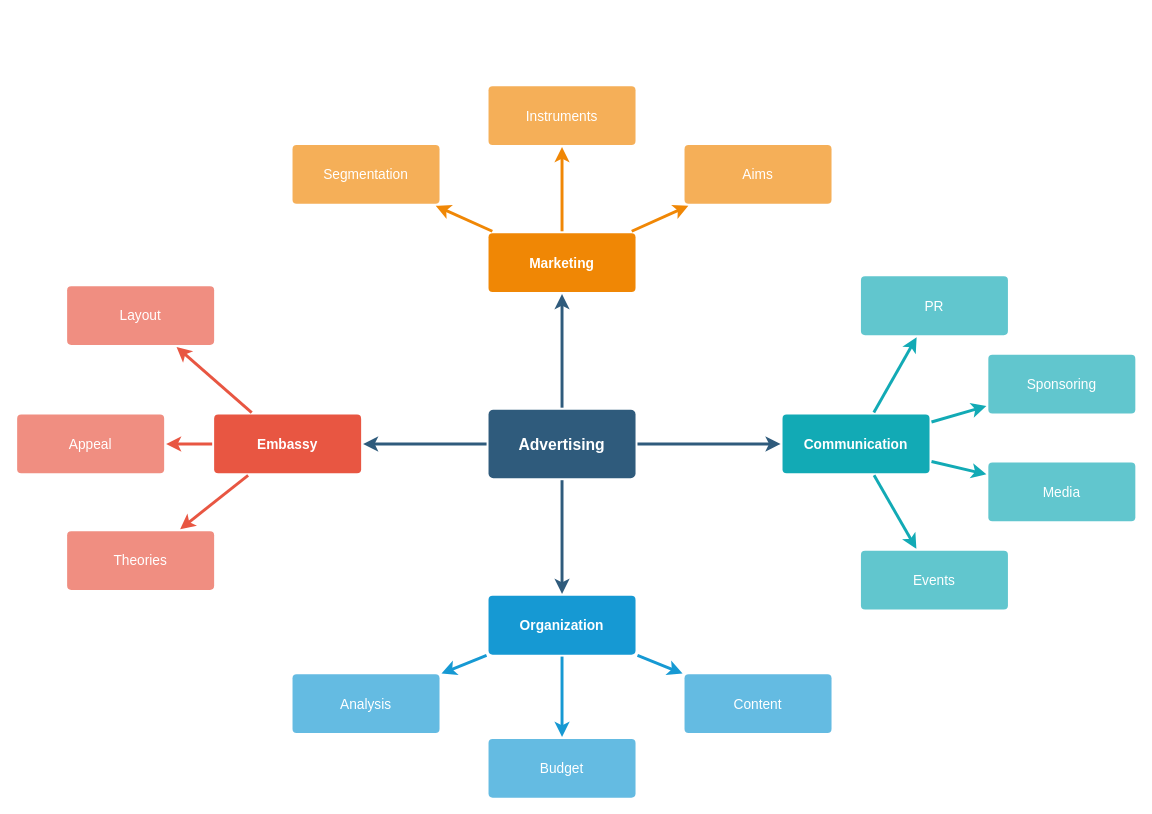
This is 设计模式/00-设计模式汇总（记忆）.drawio from Fuku-L/draw-io-repo, a draw.io file, before an edit. Source tidied: cells renumbered, new cells numbered last; positions are measured from the earlier drawing's top-left corner, leaving out a move shared by most shapes. Both pictures are drawn from the tidied source at 98%, with x=0, y=0 at pixel (17, 85).
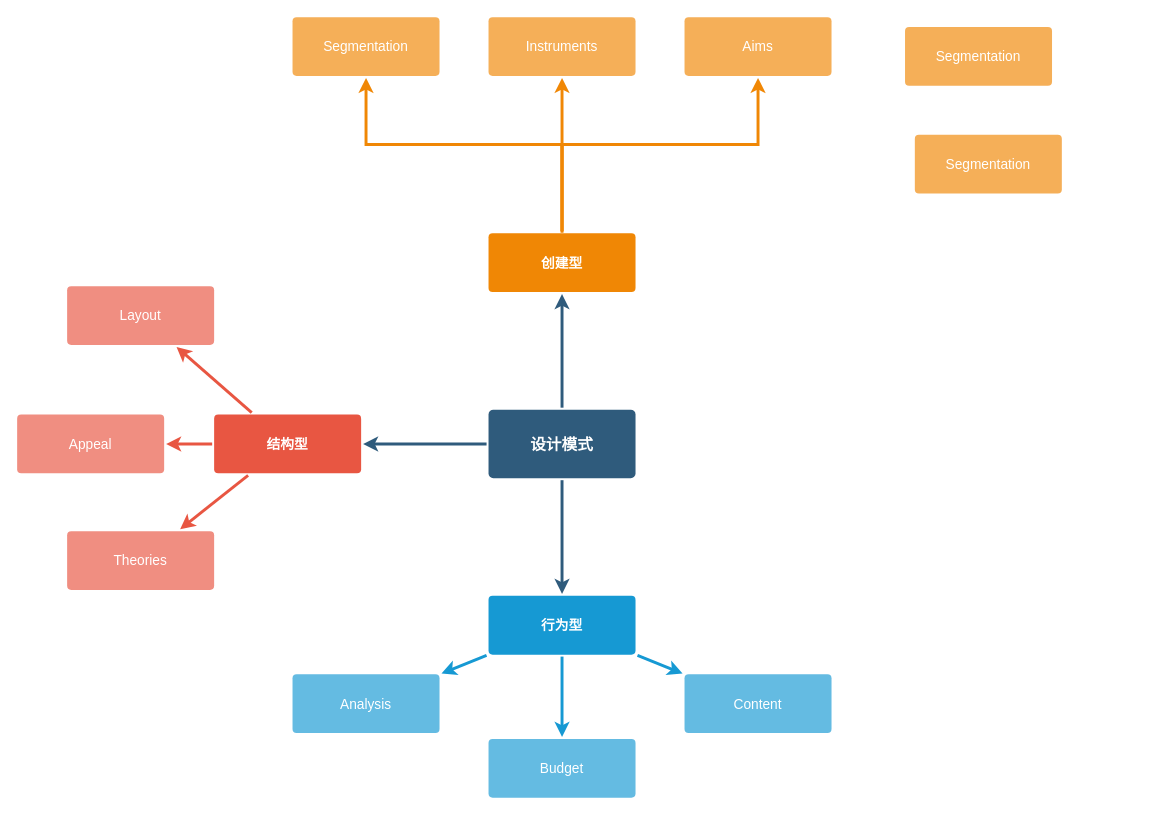
The same page after the edit.

Commit message:
更新00-设计模式汇总（记忆）.drawio

What changed in the source:
```diff
@@
-    <mxCell id="3" style="edgeStyle=none;rounded=0;jumpStyle=none;html=1;shadow=0;labelBackgroundColor=none;startArrow=none;startFill=0;endArrow=classic;endFill=1;jettySize=auto;strokeColor=#2F5B7C;strokeWidth=3;fontFamily=Helvetica;fontSize=16;fontColor=#23445D;spacing=5;" parent="1" edge="1" source="6" target="28">
-      <mxGeometry relative="1" as="geometry" />
-    </mxCell>
@@
-    <mxCell id="6" value="Advertising" style="rounded=1;whiteSpace=wrap;html=1;shadow=0;labelBackgroundColor=none;strokeColor=none;strokeWidth=3;fillColor=#2F5B7C;fontFamily=Helvetica;fontSize=16;fontColor=#FFFFFF;align=center;fontStyle=1;spacing=5;arcSize=7;perimeterSpacing=2;" parent="1" vertex="1">
+    <mxCell id="6" value="设计模式" style="rounded=1;whiteSpace=wrap;html=1;shadow=0;labelBackgroundColor=none;strokeColor=none;strokeWidth=3;fillColor=#2F5B7C;fontFamily=Helvetica;fontSize=16;fontColor=#FFFFFF;align=center;fontStyle=1;spacing=5;arcSize=7;perimeterSpacing=2;" parent="1" vertex="1">
       <mxGeometry x="481" y="330.5" width="150" height="70" as="geometry" />
     </mxCell>
@@
-    <mxCell id="10" value="Embassy" style="rounded=1;whiteSpace=wrap;html=1;shadow=0;labelBackgroundColor=none;strokeColor=none;strokeWidth=3;fillColor=#e85642;fontFamily=Helvetica;fontSize=14;fontColor=#FFFFFF;align=center;spacing=5;fontStyle=1;arcSize=7;perimeterSpacing=2;" parent="1" vertex="1">
+    <mxCell id="10" value="结构型" style="rounded=1;whiteSpace=wrap;html=1;shadow=0;labelBackgroundColor=none;strokeColor=none;strokeWidth=3;fillColor=#e85642;fontFamily=Helvetica;fontSize=14;fontColor=#FFFFFF;align=center;spacing=5;fontStyle=1;arcSize=7;perimeterSpacing=2;" parent="1" vertex="1">
       <mxGeometry x="201" y="335.5" width="150" height="60" as="geometry" />
     </mxCell>
@@
-    <mxCell id="17" value="Organization" style="rounded=1;whiteSpace=wrap;html=1;shadow=0;labelBackgroundColor=none;strokeColor=none;strokeWidth=3;fillColor=#1699d3;fontFamily=Helvetica;fontSize=14;fontColor=#FFFFFF;align=center;spacing=5;fontStyle=1;arcSize=7;perimeterSpacing=2;" parent="1" vertex="1">
+    <mxCell id="17" value="行为型" style="rounded=1;whiteSpace=wrap;html=1;shadow=0;labelBackgroundColor=none;strokeColor=none;strokeWidth=3;fillColor=#1699d3;fontFamily=Helvetica;fontSize=14;fontColor=#FFFFFF;align=center;spacing=5;fontStyle=1;arcSize=7;perimeterSpacing=2;" parent="1" vertex="1">
       <mxGeometry x="481" y="520.5" width="150" height="60" as="geometry" />
     </mxCell>
@@
-    <mxCell id="21" value="Marketing" style="rounded=1;whiteSpace=wrap;html=1;shadow=0;labelBackgroundColor=none;strokeColor=none;strokeWidth=3;fillColor=#F08705;fontFamily=Helvetica;fontSize=14;fontColor=#FFFFFF;align=center;spacing=5;fontStyle=1;arcSize=7;perimeterSpacing=2;" parent="1" vertex="1">
+    <mxCell id="21" value="创建型" style="rounded=1;whiteSpace=wrap;html=1;shadow=0;labelBackgroundColor=none;strokeColor=none;strokeWidth=3;fillColor=#F08705;fontFamily=Helvetica;fontSize=14;fontColor=#FFFFFF;align=center;spacing=5;fontStyle=1;arcSize=7;perimeterSpacing=2;" parent="1" vertex="1">
       <mxGeometry x="481" y="150.5" width="150" height="60" as="geometry" />
     </mxCell>
     <mxCell id="22" value="Aims&lt;br&gt;" style="rounded=1;whiteSpace=wrap;html=1;shadow=0;labelBackgroundColor=none;strokeColor=none;strokeWidth=3;fillColor=#f5af58;fontFamily=Helvetica;fontSize=14;fontColor=#FFFFFF;align=center;spacing=5;arcSize=7;perimeterSpacing=2;" parent="1" vertex="1">
-      <mxGeometry x="681" y="60.5" width="150" height="60" as="geometry" />
+      <mxGeometry x="681" y="-70" width="150" height="60" as="geometry" />
     </mxCell>
-    <mxCell id="23" style="edgeStyle=none;rounded=0;jumpStyle=none;html=1;shadow=0;labelBackgroundColor=none;startArrow=none;startFill=0;endArrow=classic;endFill=1;jettySize=auto;strokeColor=#F08705;strokeWidth=3;fontFamily=Helvetica;fontSize=14;fontColor=#FFFFFF;spacing=5;" parent="1" edge="1" source="21" target="22">
-      <mxGeometry relative="1" as="geometry" />
-    </mxCell>
     <mxCell id="24" value="Instruments" style="rounded=1;whiteSpace=wrap;html=1;shadow=0;labelBackgroundColor=none;strokeColor=none;strokeWidth=3;fillColor=#f5af58;fontFamily=Helvetica;fontSize=14;fontColor=#FFFFFF;align=center;spacing=5;arcSize=7;perimeterSpacing=2;" parent="1" vertex="1">
-      <mxGeometry x="481" y="0.5" width="150" height="60" as="geometry" />
+      <mxGeometry x="481" y="-70" width="150" height="60" as="geometry" />
     </mxCell>
@@
     <mxCell id="26" value="Segmentation" style="rounded=1;whiteSpace=wrap;html=1;shadow=0;labelBackgroundColor=none;strokeColor=none;strokeWidth=3;fillColor=#f5af58;fontFamily=Helvetica;fontSize=14;fontColor=#FFFFFF;align=center;spacing=5;arcSize=7;perimeterSpacing=2;" parent="1" vertex="1">
-      <mxGeometry x="281" y="60.5" width="150" height="60" as="geometry" />
+      <mxGeometry x="281" y="-70" width="150" height="60" as="geometry" />
     </mxCell>
-    <mxCell id="27" style="edgeStyle=none;rounded=0;jumpStyle=none;html=1;shadow=0;labelBackgroundColor=none;startArrow=none;startFill=0;endArrow=classic;endFill=1;jettySize=auto;strokeColor=#F08705;strokeWidth=3;fontFamily=Helvetica;fontSize=14;fontColor=#FFFFFF;spacing=5;" parent="1" edge="1" source="21" target="26">
-      <mxGeometry relative="1" as="geometry" />
-    </mxCell>
-    <mxCell id="28" value="Communication" style="rounded=1;whiteSpace=wrap;html=1;shadow=0;labelBackgroundColor=none;strokeColor=none;strokeWidth=3;fillColor=#12aab5;fontFamily=Helvetica;fontSize=14;fontColor=#FFFFFF;align=center;spacing=5;fontStyle=1;arcSize=7;perimeterSpacing=2;" parent="1" vertex="1">
-      <mxGeometry x="781" y="335.5" width="150" height="60" as="geometry" />
-    </mxCell>
-    <mxCell id="29" value="Events" style="rounded=1;whiteSpace=wrap;html=1;shadow=0;labelBackgroundColor=none;strokeColor=none;strokeWidth=3;fillColor=#61c6ce;fontFamily=Helvetica;fontSize=14;fontColor=#FFFFFF;align=center;spacing=5;fontStyle=0;arcSize=7;perimeterSpacing=2;" parent="1" vertex="1">
-      <mxGeometry x="861" y="474.5" width="150" height="60" as="geometry" />
-    </mxCell>
-    <mxCell id="30" style="edgeStyle=none;rounded=1;jumpStyle=none;html=1;shadow=0;labelBackgroundColor=none;startArrow=none;startFill=0;jettySize=auto;strokeColor=#12AAB5;strokeWidth=3;fontFamily=Helvetica;fontSize=14;fontColor=#FFFFFF;spacing=5;fontStyle=1;fillColor=#b0e3e6;" parent="1" edge="1" source="28" target="29">
-      <mxGeometry relative="1" as="geometry" />
-    </mxCell>
-    <mxCell id="31" value="Media" style="rounded=1;whiteSpace=wrap;html=1;shadow=0;labelBackgroundColor=none;strokeColor=none;strokeWidth=3;fillColor=#61c6ce;fontFamily=Helvetica;fontSize=14;fontColor=#FFFFFF;align=center;spacing=5;fontStyle=0;arcSize=7;perimeterSpacing=2;" parent="1" vertex="1">
-      <mxGeometry x="991" y="384.5" width="150" height="60" as="geometry" />
-    </mxCell>
-    <mxCell id="32" style="edgeStyle=none;rounded=1;jumpStyle=none;html=1;shadow=0;labelBackgroundColor=none;startArrow=none;startFill=0;jettySize=auto;strokeColor=#12AAB5;strokeWidth=3;fontFamily=Helvetica;fontSize=14;fontColor=#FFFFFF;spacing=5;fontStyle=1;fillColor=#b0e3e6;" parent="1" edge="1" source="28" target="31">
-      <mxGeometry relative="1" as="geometry" />
-    </mxCell>
-    <mxCell id="33" value="Sponsoring" style="rounded=1;whiteSpace=wrap;html=1;shadow=0;labelBackgroundColor=none;strokeColor=none;strokeWidth=3;fillColor=#61c6ce;fontFamily=Helvetica;fontSize=14;fontColor=#FFFFFF;align=center;spacing=5;fontStyle=0;arcSize=7;perimeterSpacing=2;" parent="1" vertex="1">
-      <mxGeometry x="991" y="274.5" width="150" height="60" as="geometry" />
-    </mxCell>
-    <mxCell id="34" style="edgeStyle=none;rounded=1;jumpStyle=none;html=1;shadow=0;labelBackgroundColor=none;startArrow=none;startFill=0;jettySize=auto;strokeColor=#12AAB5;strokeWidth=3;fontFamily=Helvetica;fontSize=14;fontColor=#FFFFFF;spacing=5;fontStyle=1;fillColor=#b0e3e6;" parent="1" edge="1" source="28" target="33">
-      <mxGeometry relative="1" as="geometry" />
-    </mxCell>
-    <mxCell id="35" value="PR" style="rounded=1;whiteSpace=wrap;html=1;shadow=0;labelBackgroundColor=none;strokeColor=none;strokeWidth=3;fillColor=#61c6ce;fontFamily=Helvetica;fontSize=14;fontColor=#FFFFFF;align=center;spacing=5;fontStyle=0;arcSize=7;perimeterSpacing=2;" parent="1" vertex="1">
-      <mxGeometry x="861" y="194.5" width="150" height="60" as="geometry" />
-    </mxCell>
-    <mxCell id="36" style="edgeStyle=none;rounded=1;jumpStyle=none;html=1;shadow=0;labelBackgroundColor=none;startArrow=none;startFill=0;jettySize=auto;strokeColor=#12AAB5;strokeWidth=3;fontFamily=Helvetica;fontSize=14;fontColor=#FFFFFF;spacing=5;fontStyle=1;fillColor=#b0e3e6;" parent="1" edge="1" source="28" target="35">
-      <mxGeometry relative="1" as="geometry" />
-    </mxCell>
+    <mxCell id="23" style="edgeStyle=orthogonalEdgeStyle;rounded=0;jumpStyle=none;html=1;shadow=0;labelBackgroundColor=none;startArrow=none;startFill=0;endArrow=classic;endFill=1;jettySize=auto;strokeColor=#F08705;strokeWidth=3;fontFamily=Helvetica;fontSize=14;fontColor=#FFFFFF;spacing=5;entryX=0.5;entryY=1;entryDx=0;entryDy=0;exitX=0.5;exitY=0;exitDx=0;exitDy=0;" parent="1" edge="1" source="21" target="22">
+      <mxGeometry relative="1" as="geometry">
+        <Array as="points">
+          <mxPoint x="556" y="60" />
+          <mxPoint x="756" y="60" />
+        </Array>
+      </mxGeometry>
+    </mxCell>
+    <mxCell id="37" value="Segmentation" style="rounded=1;whiteSpace=wrap;html=1;shadow=0;labelBackgroundColor=none;strokeColor=none;strokeWidth=3;fillColor=#f5af58;fontFamily=Helvetica;fontSize=14;fontColor=#FFFFFF;align=center;spacing=5;arcSize=7;perimeterSpacing=2;" parent="1" vertex="1">
+      <mxGeometry x="916" y="50" width="150" height="60" as="geometry" />
+    </mxCell>
+    <mxCell id="38" value="Segmentation" style="rounded=1;whiteSpace=wrap;html=1;shadow=0;labelBackgroundColor=none;strokeColor=none;strokeWidth=3;fillColor=#f5af58;fontFamily=Helvetica;fontSize=14;fontColor=#FFFFFF;align=center;spacing=5;arcSize=7;perimeterSpacing=2;" parent="1" vertex="1">
+      <mxGeometry x="906" y="-60" width="150" height="60" as="geometry" />
+    </mxCell>
+    <mxCell id="39" style="edgeStyle=orthogonalEdgeStyle;rounded=0;jumpStyle=none;html=1;shadow=0;labelBackgroundColor=none;startArrow=none;startFill=0;endArrow=classic;endFill=1;jettySize=auto;strokeColor=#F08705;strokeWidth=3;fontFamily=Helvetica;fontSize=14;fontColor=#FFFFFF;spacing=5;entryX=0.5;entryY=1;entryDx=0;entryDy=0;" parent="1" edge="1" target="26">
+      <mxGeometry relative="1" as="geometry">
+        <mxPoint x="556" y="150" as="sourcePoint" />
+        <Array as="points">
+          <mxPoint x="556" y="60" />
+          <mxPoint x="356" y="60" />
+        </Array>
+      </mxGeometry>
+    </mxCell>
```
